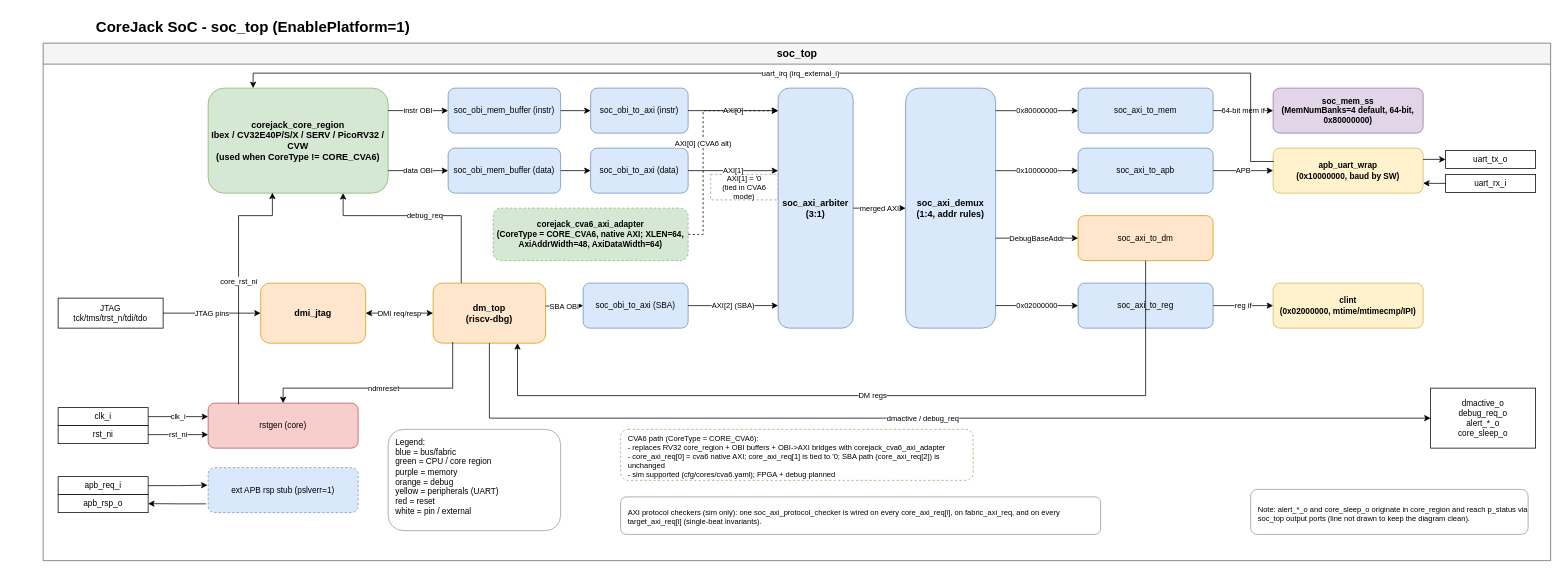
Before: page "SoC Top-Level" (1 of 8) of docs/media/corejack_soc.drawio in patrickerich/corejack, a draw.io diagram. Source tidied: cells renumbered, new cells numbered last; positions are measured from the earlier drawing's top-left corner, leaving out a move shared by most shapes. Both pictures are drawn from the tidied source at 75%, with x=0, y=0 at pixel (13, 13).
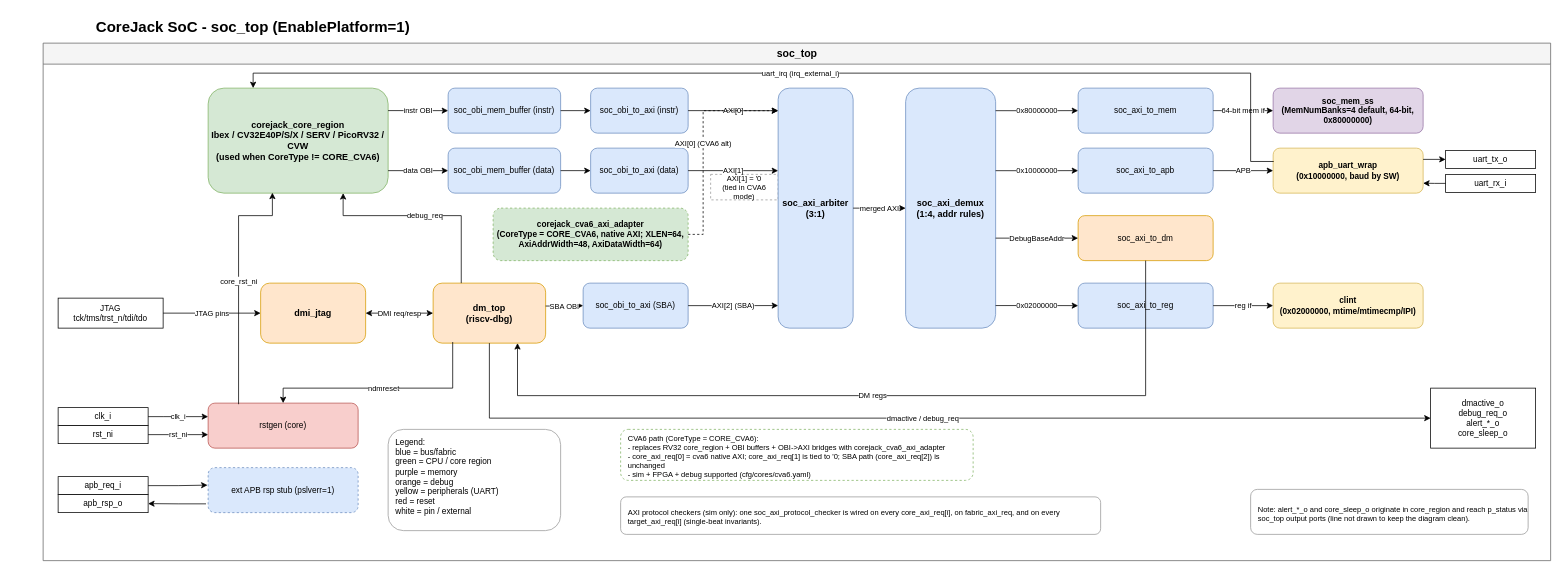
Above is the later version.

Commit message (it also covers changes not shown here):
Fix stale CVA6 status note in corejack_soc.drawio

Unchanged cells that the change refers to:
```xml
<mxCell id="3" value="soc_top" style="swimlane;fontSize=14;fontStyle=1;html=1;startSize=28;fillColor=#F5F5F5;strokeColor=#666666;swimlaneFillColor=#FFFFFF;" parent="1" vertex="1">
  <mxGeometry x="40" y="40" width="2010" height="690" as="geometry" />
</mxCell>
```

The edit, as a diff of the source:
```diff
@@
-    <mxCell id="15" value="CVA6 path (CoreType = CORE_CVA6):&#10;- replaces RV32 core_region + OBI buffers + OBI-&gt;AXI bridges with corejack_cva6_axi_adapter&#10;- core_axi_req[0] = cva6 native AXI; core_axi_req[1] is tied to '0; SBA path (core_axi_req[2]) is unchanged&#10;- sim supported (cfg/cores/cva6.yaml); FPGA + debug planned" style="rounded=1;whiteSpace=wrap;html=1;fillColor=#FFFFFF;strokeColor=#82b366;fontSize=10;align=left;spacingLeft=8;spacingTop=4;dashed=1;" parent="3" vertex="1">
+    <mxCell id="15" value="CVA6 path (CoreType = CORE_CVA6):&#10;- replaces RV32 core_region + OBI buffers + OBI-&gt;AXI bridges with corejack_cva6_axi_adapter&#10;- core_axi_req[0] = cva6 native AXI; core_axi_req[1] is tied to '0; SBA path (core_axi_req[2]) is unchanged&#10;- sim + FPGA + debug supported (cfg/cores/cva6.yaml)" style="rounded=1;whiteSpace=wrap;html=1;fillColor=#FFFFFF;strokeColor=#82b366;fontSize=10;align=left;spacingLeft=8;spacingTop=4;dashed=1;" parent="3" vertex="1">
       <mxGeometry x="770" y="515" width="470" height="68" as="geometry" />
     </mxCell>
```
